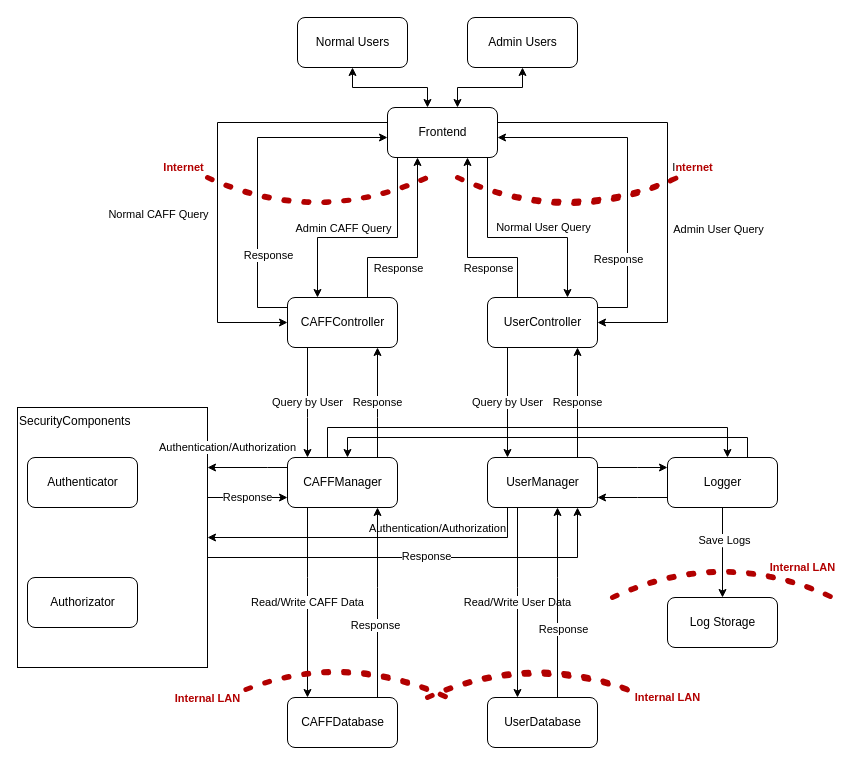
Earlier version of the draw.io diagram Docs/SystemBoundaries.drawio (Qpica/BiztonsagokCAFFShop). Source tidied: cells renumbered, new cells numbered last; positions are measured from the earlier drawing's top-left corner, leaving out a move shared by most shapes. Both pictures are drawn from the tidied source at 100%, with x=0, y=0 at pixel (17, 17).
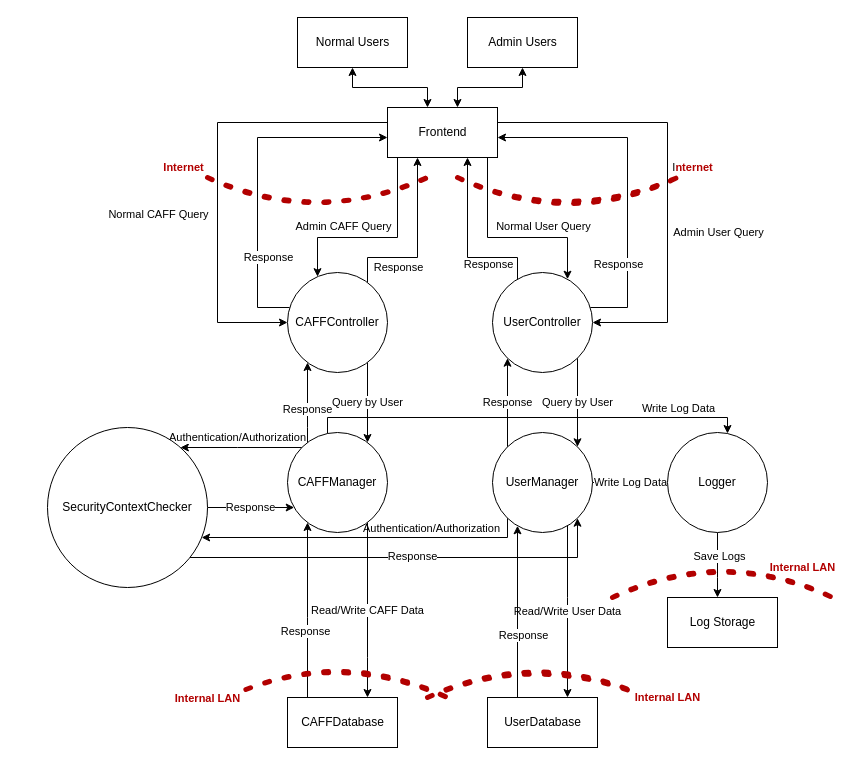
The same diagram, later.

Diff of the diagram source:
```diff
@@
-    <mxCell id="2" value="Response" style="edgeStyle=orthogonalEdgeStyle;rounded=0;jettySize=auto;html=1;" parent="1" edge="1" source="5" target="41">
+    <mxCell id="2" value="Response" style="edgeStyle=orthogonalEdgeStyle;rounded=0;jettySize=auto;html=1;" parent="1" edge="1" source="64" target="41">
       <mxGeometry relative="1" as="geometry">
         <Array as="points">
-          <mxPoint x="250" y="480" />
-          <mxPoint x="250" y="480" />
+          <mxPoint x="250" y="490" />
+          <mxPoint x="250" y="490" />
         </Array>
       </mxGeometry>
     </mxCell>
-    <mxCell id="3" style="edgeStyle=orthogonalEdgeStyle;rounded=0;jettySize=auto;html=1;" parent="1" edge="1" source="5" target="18">
+    <mxCell id="3" style="edgeStyle=orthogonalEdgeStyle;rounded=0;jettySize=auto;html=1;" parent="1" edge="1" source="64" target="18">
       <mxGeometry relative="1" as="geometry">
         <Array as="points">
           <mxPoint x="560" y="540" />
         </Array>
       </mxGeometry>
     </mxCell>
@@
-    <mxCell id="5" value="SecurityComponents" style="html=1;rounded=0;imageVerticalAlign=top;align=left;verticalAlign=top;" parent="1" vertex="1">
-      <mxGeometry y="390" width="190" height="260" as="geometry" />
-    </mxCell>
     <mxCell id="6" value="Query by User" style="edgeStyle=orthogonalEdgeStyle;rounded=0;jettySize=auto;html=1;" parent="1" edge="1" source="11" target="41">
       <mxGeometry relative="1" as="geometry">
         <Array as="points">
-          <mxPoint x="290" y="400" />
-          <mxPoint x="290" y="400" />
+          <mxPoint x="350" y="380" />
+          <mxPoint x="350" y="380" />
         </Array>
       </mxGeometry>
     </mxCell>
@@
-    <mxCell id="11" value="CAFFController" style="html=1;rounded=1;" parent="1" vertex="1">
-      <mxGeometry x="270" y="280" width="110" height="50" as="geometry" />
-    </mxCell>
-    <mxCell id="12" value="Authenticator" style="html=1;rounded=1;" parent="1" vertex="1">
-      <mxGeometry x="10" y="440" width="110" height="50" as="geometry" />
-    </mxCell>
     <mxCell id="13" value="Response" style="edgeStyle=orthogonalEdgeStyle;rounded=0;jettySize=auto;html=1;" parent="1" edge="1" source="18" target="29">
       <mxGeometry relative="1" as="geometry">
         <Array as="points">
-          <mxPoint x="560" y="410" />
-          <mxPoint x="560" y="410" />
+          <mxPoint x="490" y="380" />
+          <mxPoint x="490" y="380" />
         </Array>
       </mxGeometry>
     </mxCell>
-    <mxCell id="14" style="edgeStyle=orthogonalEdgeStyle;rounded=0;jettySize=auto;html=1;" parent="1" edge="1" source="18" target="5">
+    <mxCell id="14" style="edgeStyle=orthogonalEdgeStyle;rounded=0;jettySize=auto;html=1;" parent="1" edge="1" source="18" target="64">
       <mxGeometry relative="1" as="geometry">
         <Array as="points">
           <mxPoint x="490" y="520" />
         </Array>
       </mxGeometry>
     </mxCell>
@@
     <mxCell id="16" value="Read/Write User Data" style="edgeStyle=orthogonalEdgeStyle;rounded=0;jettySize=auto;html=1;" parent="1" edge="1" source="18" target="33">
       <mxGeometry relative="1" as="geometry">
         <Array as="points">
-          <mxPoint x="500" y="570" />
-          <mxPoint x="500" y="570" />
+          <mxPoint x="550" y="580" />
+          <mxPoint x="550" y="580" />
         </Array>
       </mxGeometry>
     </mxCell>
-    <mxCell id="17" style="edgeStyle=orthogonalEdgeStyle;rounded=0;jettySize=auto;html=1;" parent="1" edge="1" source="18" target="23">
+    <mxCell id="17" value="Write Log Data" style="edgeStyle=orthogonalEdgeStyle;rounded=0;jettySize=auto;html=1;" parent="1" edge="1" source="18" target="23">
       <mxGeometry relative="1" as="geometry">
         <Array as="points">
-          <mxPoint x="620" y="450" />
-          <mxPoint x="620" y="450" />
+          <mxPoint x="610" y="465" />
+          <mxPoint x="610" y="465" />
         </Array>
       </mxGeometry>
     </mxCell>
-    <mxCell id="18" value="UserManager" style="html=1;rounded=1;" parent="1" vertex="1">
-      <mxGeometry x="470" y="440" width="110" height="50" as="geometry" />
-    </mxCell>
-    <mxCell id="19" style="edgeStyle=orthogonalEdgeStyle;rounded=0;jettySize=auto;html=1;" parent="1" edge="1" source="23" target="18">
-      <mxGeometry relative="1" as="geometry">
-        <Array as="points">
-          <mxPoint x="620" y="480" />
-          <mxPoint x="620" y="480" />
-        </Array>
-      </mxGeometry>
-    </mxCell>
-    <mxCell id="20" style="edgeStyle=orthogonalEdgeStyle;rounded=0;jettySize=auto;html=1;" parent="1" edge="1" source="23" target="41">
-      <mxGeometry relative="1" as="geometry">
-        <Array as="points">
-          <mxPoint x="730" y="420" />
-          <mxPoint x="330" y="420" />
-        </Array>
-      </mxGeometry>
-    </mxCell>
     <mxCell id="21" style="edgeStyle=orthogonalEdgeStyle;rounded=0;sketch=0;jettySize=auto;html=1;shadow=0;strokeWidth=1;fontSize=11;fontColor=#B20000;endSize=6;" parent="1" edge="1" source="23" target="57">
       <mxGeometry relative="1" as="geometry">
         <Array as="points">
-          <mxPoint x="705" y="530" />
-          <mxPoint x="705" y="530" />
+          <mxPoint x="700" y="560" />
+          <mxPoint x="700" y="560" />
         </Array>
       </mxGeometry>
     </mxCell>
@@
-    <mxCell id="23" value="Logger" style="html=1;rounded=1;" parent="1" vertex="1">
-      <mxGeometry x="650" y="440" width="110" height="50" as="geometry" />
-    </mxCell>
     <mxCell id="24" value="Query by User" style="edgeStyle=orthogonalEdgeStyle;rounded=0;jettySize=auto;html=1;" parent="1" edge="1" source="29" target="18">
       <mxGeometry relative="1" as="geometry">
         <Array as="points">
-          <mxPoint x="490" y="410" />
-          <mxPoint x="490" y="410" />
+          <mxPoint x="560" y="380" />
+          <mxPoint x="560" y="380" />
         </Array>
       </mxGeometry>
     </mxCell>
@@
-    <mxCell id="29" value="UserController" style="html=1;rounded=1;" parent="1" vertex="1">
-      <mxGeometry x="470" y="280" width="110" height="50" as="geometry" />
-    </mxCell>
-    <mxCell id="30" value="Authorizator" style="html=1;rounded=1;" parent="1" vertex="1">
-      <mxGeometry x="10" y="560" width="110" height="50" as="geometry" />
-    </mxCell>
     <mxCell id="31" style="edgeStyle=orthogonalEdgeStyle;rounded=0;jettySize=auto;html=1;" parent="1" edge="1" source="33" target="18">
       <mxGeometry relative="1" as="geometry">
         <Array as="points">
-          <mxPoint x="540" y="560" />
-          <mxPoint x="540" y="560" />
+          <mxPoint x="500" y="590" />
+          <mxPoint x="500" y="590" />
         </Array>
       </mxGeometry>
     </mxCell>
@@
-    <mxCell id="33" value="UserDatabase" style="html=1;rounded=1;" parent="1" vertex="1">
+    <mxCell id="33" value="UserDatabase" style="html=1;rounded=0;" parent="1" vertex="1">
       <mxGeometry x="470" y="680" width="110" height="50" as="geometry" />
     </mxCell>
     <mxCell id="34" style="edgeStyle=orthogonalEdgeStyle;rounded=0;jettySize=auto;html=1;" parent="1" edge="1" source="36" target="41">
       <mxGeometry relative="1" as="geometry">
         <Array as="points">
-          <mxPoint x="360" y="570" />
-          <mxPoint x="360" y="570" />
+          <mxPoint x="290" y="600" />
+          <mxPoint x="290" y="600" />
         </Array>
       </mxGeometry>
     </mxCell>
@@
-    <mxCell id="36" value="CAFFDatabase" style="html=1;rounded=1;" parent="1" vertex="1">
+    <mxCell id="36" value="CAFFDatabase" style="html=1;rounded=0;" parent="1" vertex="1">
       <mxGeometry x="270" y="680" width="110" height="50" as="geometry" />
     </mxCell>
-    <mxCell id="37" value="Response" style="edgeStyle=orthogonalEdgeStyle;rounded=0;jettySize=auto;html=1;" parent="1" edge="1" source="41" target="11">
+    <mxCell id="37" value="Response" style="edgeStyle=orthogonalEdgeStyle;rounded=0;jettySize=auto;html=1;" parent="1" edge="1" target="11">
       <mxGeometry relative="1" as="geometry">
+        <mxPoint x="290" y="440" as="sourcePoint" />
         <Array as="points">
-          <mxPoint x="360" y="400" />
-          <mxPoint x="360" y="400" />
+          <mxPoint x="290" y="410" />
+          <mxPoint x="290" y="410" />
         </Array>
       </mxGeometry>
     </mxCell>
-    <mxCell id="38" value="Authentication/Authorization" style="edgeStyle=orthogonalEdgeStyle;rounded=0;jettySize=auto;html=1;" parent="1" edge="1" source="41" target="5">
-      <mxGeometry x="0.5" y="-20" relative="1" as="geometry">
+    <mxCell id="38" value="Authentication/Authorization" style="edgeStyle=orthogonalEdgeStyle;rounded=0;jettySize=auto;html=1;" parent="1" edge="1" source="41" target="64">
+      <mxGeometry x="0.06" y="-10" relative="1" as="geometry">
         <Array as="points">
-          <mxPoint x="250" y="450" />
-          <mxPoint x="250" y="450" />
+          <mxPoint x="220" y="430" />
+          <mxPoint x="220" y="430" />
         </Array>
       </mxGeometry>
     </mxCell>
     <mxCell id="39" value="Read/Write CAFF Data" style="edgeStyle=orthogonalEdgeStyle;rounded=0;jettySize=auto;html=1;" parent="1" edge="1" source="41" target="36">
       <mxGeometry relative="1" as="geometry">
         <Array as="points">
-          <mxPoint x="290" y="560" />
-          <mxPoint x="290" y="560" />
+          <mxPoint x="350" y="640" />
+          <mxPoint x="350" y="640" />
         </Array>
       </mxGeometry>
     </mxCell>
     <mxCell id="40" style="edgeStyle=orthogonalEdgeStyle;rounded=0;jettySize=auto;html=1;" parent="1" edge="1" source="41" target="23">
       <mxGeometry relative="1" as="geometry">
         <Array as="points">
-          <mxPoint x="310" y="410" />
-          <mxPoint x="710" y="410" />
+          <mxPoint x="310" y="400" />
+          <mxPoint x="710" y="400" />
         </Array>
       </mxGeometry>
     </mxCell>
-    <mxCell id="41" value="CAFFManager" style="html=1;rounded=1;" parent="1" vertex="1">
-      <mxGeometry x="270" y="440" width="110" height="50" as="geometry" />
-    </mxCell>
+    <mxCell id="63" value="Write Log Data" style="edgeLabel;html=1;align=center;verticalAlign=middle;" parent="40" vertex="1">
+      <mxGeometry x="0.44" y="4" relative="1" as="geometry">
+        <mxPoint x="56" y="-6" as="offset" />
+      </mxGeometry>
+    </mxCell>
@@
-    <mxCell id="52" value="Frontend" style="html=1;rounded=1;" parent="1" vertex="1">
+    <mxCell id="52" value="Frontend" style="html=1;rounded=0;" parent="1" vertex="1">
       <mxGeometry x="370" y="90" width="110" height="50" as="geometry" />
     </mxCell>
@@
-    <mxCell id="57" value="Log Storage" style="html=1;rounded=1;" parent="1" vertex="1">
+    <mxCell id="57" value="Log Storage" style="html=1;rounded=0;" parent="1" vertex="1">
       <mxGeometry x="650" y="580" width="110" height="50" as="geometry" />
     </mxCell>
@@
-    <mxCell id="60" value="Normal Users" style="html=1;rounded=1;" parent="1" vertex="1">
+    <mxCell id="60" value="Normal Users" style="html=1;rounded=0;" parent="1" vertex="1">
       <mxGeometry x="280" width="110" height="50" as="geometry" />
     </mxCell>
@@
-    <mxCell id="62" value="Admin Users" style="html=1;rounded=1;" parent="1" vertex="1">
+    <mxCell id="62" value="Admin Users" style="html=1;rounded=0;" parent="1" vertex="1">
       <mxGeometry x="450" width="110" height="50" as="geometry" />
     </mxCell>
+    <mxCell id="11" value="&lt;span style=&quot;&quot;&gt;CAFFController&lt;/span&gt;" style="ellipse;whiteSpace=wrap;html=1;gradientColor=none;" parent="1" vertex="1">
+      <mxGeometry x="270" y="255" width="100" height="100" as="geometry" />
+    </mxCell>
+    <mxCell id="29" value="&lt;span style=&quot;&quot;&gt;UserController&lt;/span&gt;" style="ellipse;whiteSpace=wrap;html=1;gradientColor=none;" parent="1" vertex="1">
+      <mxGeometry x="475" y="255" width="100" height="100" as="geometry" />
+    </mxCell>
+    <mxCell id="41" value="&lt;span style=&quot;&quot;&gt;CAFFManager&lt;/span&gt;" style="ellipse;whiteSpace=wrap;html=1;gradientColor=none;" parent="1" vertex="1">
+      <mxGeometry x="270" y="415" width="100" height="100" as="geometry" />
+    </mxCell>
+    <mxCell id="18" value="&lt;span style=&quot;&quot;&gt;UserManager&lt;/span&gt;" style="ellipse;whiteSpace=wrap;html=1;gradientColor=none;" parent="1" vertex="1">
+      <mxGeometry x="475" y="415" width="100" height="100" as="geometry" />
+    </mxCell>
+    <mxCell id="23" value="&lt;span style=&quot;&quot;&gt;Logger&lt;/span&gt;" style="ellipse;whiteSpace=wrap;html=1;gradientColor=none;" parent="1" vertex="1">
+      <mxGeometry x="650" y="415" width="100" height="100" as="geometry" />
+    </mxCell>
+    <mxCell id="64" value="SecurityContextChecker" style="ellipse;whiteSpace=wrap;html=1;gradientColor=none;" parent="1" vertex="1">
+      <mxGeometry x="30" y="410" width="160" height="160" as="geometry" />
+    </mxCell>
```
